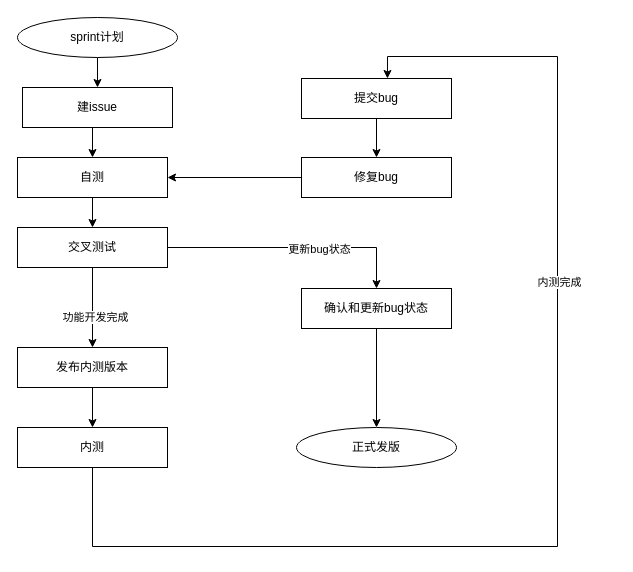
Before: Untitled Diagram.drawio in rockysroll/testgit, a draw.io diagram. Source tidied: cells renumbered, new cells numbered last; positions are measured from the earlier drawing's top-left corner, leaving out a move shared by most shapes. Both pictures are drawn from the tidied source at 100%, with x=0, y=0 at pixel (17, 17).
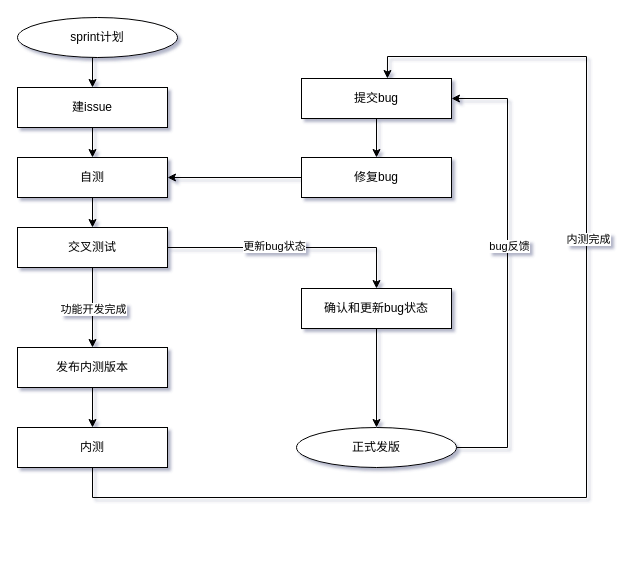
The same diagram, later.

The change refers to these unchanged cells:
```xml
<mxCell id="8" style="edgeStyle=orthogonalEdgeStyle;rounded=0;jettySize=auto;html=1;exitX=0.5;exitY=1;exitDx=0;exitDy=0;entryX=0.5;entryY=0;entryDx=0;entryDy=0;" parent="1" edge="1" source="12" target="14">
  <mxGeometry relative="1" as="geometry" />
</mxCell>
<mxCell id="10" style="edgeStyle=orthogonalEdgeStyle;rounded=0;jettySize=auto;html=1;exitX=1;exitY=0.5;exitDx=0;exitDy=0;" parent="1" edge="1" source="12" target="23">
  <mxGeometry relative="1" as="geometry" />
</mxCell>
<mxCell id="17" value="内测" style="rounded=0;whiteSpace=wrap;html=1;" parent="1" vertex="1">
  <mxGeometry y="410" width="150" height="40" as="geometry" />
</mxCell>
<mxCell id="19" value="提交bug" style="rounded=0;whiteSpace=wrap;html=1;" parent="1" vertex="1">
  <mxGeometry x="284" y="61" width="150" height="40" as="geometry" />
</mxCell>
<mxCell id="24" value="正式发版" style="ellipse;whiteSpace=wrap;html=1;" parent="1" vertex="1">
  <mxGeometry x="279" y="410" width="160" height="40" as="geometry" />
</mxCell>
```

Change to the diagram source:
```diff
@@
-<mxGraphModel>
+<mxGraphModel shadow="1">
@@
     <mxCell id="5" value="建issue" style="rounded=0;whiteSpace=wrap;html=1;" parent="1" vertex="1">
-      <mxGeometry x="5" y="70" width="150" height="40" as="geometry" />
+      <mxGeometry y="70" width="150" height="40" as="geometry" />
     </mxCell>
@@
     <mxCell id="9" value="功能开发完成" style="edgeLabel;html=1;align=center;verticalAlign=middle;" parent="8" vertex="1">
-      <mxGeometry x="0.23" y="2" relative="1" as="geometry" />
+      <mxGeometry x="0.23" y="2" relative="1" as="geometry">
+        <mxPoint x="-2" y="-8" as="offset" />
+      </mxGeometry>
     </mxCell>
@@
     <mxCell id="11" value="更新bug状态" style="edgeLabel;html=1;align=center;verticalAlign=middle;" parent="10" vertex="1">
-      <mxGeometry x="0.21" y="-1" relative="1" as="geometry" />
+      <mxGeometry x="0.21" y="-1" relative="1" as="geometry">
+        <mxPoint x="-45" y="-3" as="offset" />
+      </mxGeometry>
     </mxCell>
@@
     <mxCell id="15" style="edgeStyle=orthogonalEdgeStyle;rounded=0;jettySize=auto;html=1;exitX=0.5;exitY=1;exitDx=0;exitDy=0;entryX=0.573;entryY=0;entryDx=0;entryDy=0;entryPerimeter=0;" parent="1" edge="1" source="17" target="19">
       <mxGeometry relative="1" as="geometry">
         <Array as="points">
-          <mxPoint x="75" y="529" />
-          <mxPoint x="540" y="529" />
-          <mxPoint x="540" y="39" />
+          <mxPoint x="75" y="480" />
+          <mxPoint x="569" y="480" />
+          <mxPoint x="569" y="39" />
           <mxPoint x="370" y="39" />
         </Array>
       </mxGeometry>
     </mxCell>
@@
+    <mxCell id="25" style="edgeStyle=orthogonalEdgeStyle;rounded=0;jettySize=auto;html=1;exitX=1;exitY=0.5;exitDx=0;exitDy=0;entryX=1;entryY=0.5;entryDx=0;entryDy=0;" parent="1" edge="1" source="24" target="19">
+      <mxGeometry relative="1" as="geometry">
+        <Array as="points">
+          <mxPoint x="490" y="430" />
+          <mxPoint x="490" y="81" />
+        </Array>
+      </mxGeometry>
+    </mxCell>
+    <mxCell id="26" value="bug反馈" style="edgeLabel;html=1;align=center;verticalAlign=middle;" parent="25" vertex="1">
+      <mxGeometry x="0.11" y="-1" relative="1" as="geometry" />
+    </mxCell>
```
